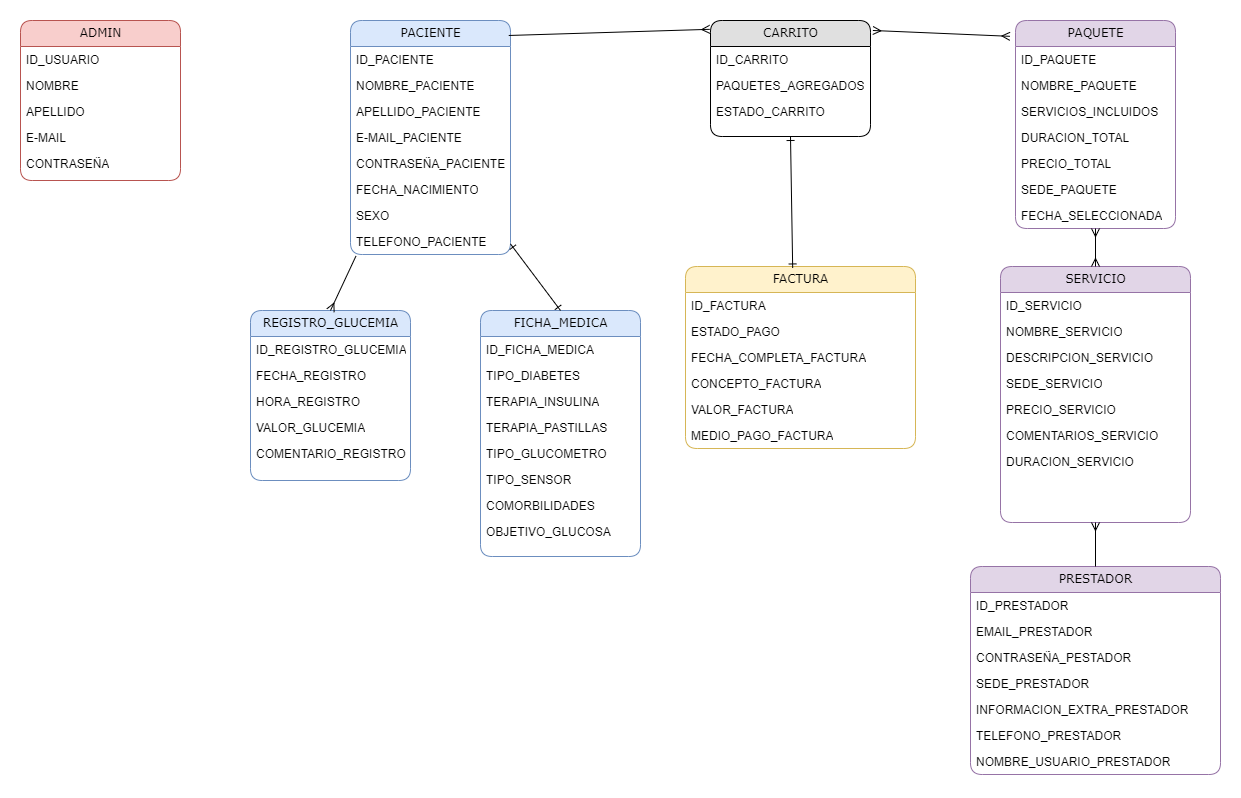
This is Backend/Diag Entidad Relacion V2.0.png from danielasgomez273/a36g36, a draw.io export, as it was before one commit. Source tidied: cells renumbered, new cells last; positions are measured from the earlier drawing's top-left corner, leaving out a move shared by most shapes.
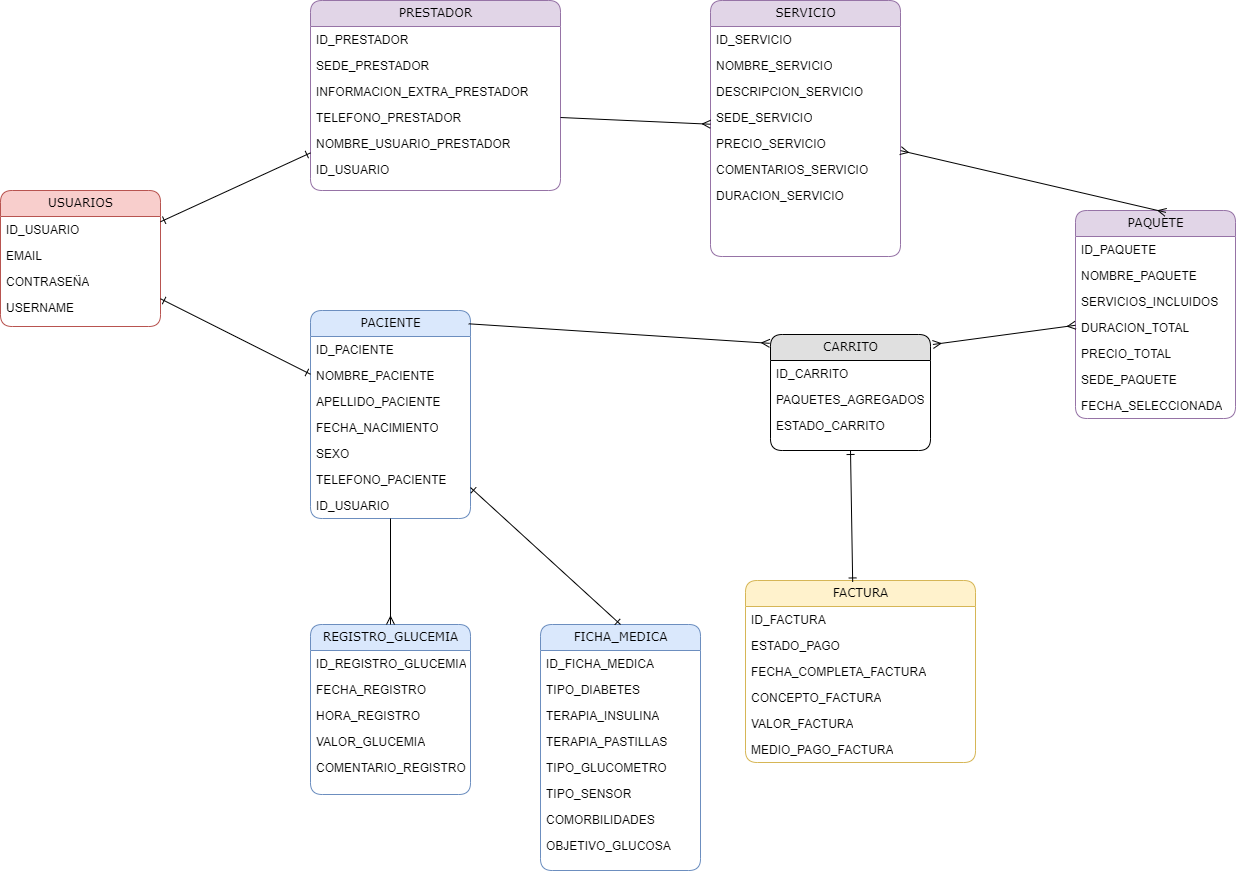
Later version of the same file.

Commit message:
modificacion de diagramas segun la nueva estructura de usuarios

The edit, as a diff of the source:
```diff
@@ -3,7 +3,7 @@
     <mxCell id="0" />
     <mxCell id="1" parent="0" />
     <mxCell id="2" value="PACIENTE" style="swimlane;html=1;fontStyle=0;horizontal=1;startSize=26;fillColor=#dae8fc;swimlaneFillColor=#ffffff;align=center;rounded=1;shadow=0;comic=0;labelBackgroundColor=none;strokeWidth=1;fontFamily=Verdana;fontSize=12;strokeColor=#6c8ebf;" parent="1" vertex="1">
-      <mxGeometry x="330" width="160" height="234" as="geometry" />
+      <mxGeometry x="230" y="-24" width="160" height="208" as="geometry" />
     </mxCell>
     <mxCell id="3" value="ID_PACIENTE" style="text;html=1;strokeColor=none;fillColor=none;spacingLeft=4;spacingRight=4;whiteSpace=wrap;overflow=hidden;" parent="2" vertex="1">
       <mxGeometry y="26" width="160" height="26" as="geometry" />
@@ -14,39 +14,33 @@
     <mxCell id="5" value="APELLIDO_PACIENTE" style="text;html=1;strokeColor=none;fillColor=none;spacingLeft=4;spacingRight=4;whiteSpace=wrap;overflow=hidden;" parent="2" vertex="1">
       <mxGeometry y="78" width="160" height="26" as="geometry" />
     </mxCell>
-    <mxCell id="6" value="E-MAIL_PACIENTE" style="text;html=1;strokeColor=none;fillColor=none;spacingLeft=4;spacingRight=4;whiteSpace=wrap;overflow=hidden;" parent="2" vertex="1">
-      <mxGeometry y="104" width="160" height="26" as="geometry" />
-    </mxCell>
-    <mxCell id="7" value="CONTRASEÑA_PACIENTE" style="text;html=1;strokeColor=none;fillColor=none;spacingLeft=4;spacingRight=4;whiteSpace=wrap;overflow=hidden;" parent="2" vertex="1">
-      <mxGeometry y="130" width="160" height="26" as="geometry" />
-    </mxCell>
     <mxCell id="8" value="FECHA_NACIMIENTO" style="text;html=1;strokeColor=none;fillColor=none;spacingLeft=4;spacingRight=4;whiteSpace=wrap;overflow=hidden;" parent="2" vertex="1">
-      <mxGeometry y="156" width="160" height="26" as="geometry" />
+      <mxGeometry y="104" width="160" height="26" as="geometry" />
     </mxCell>
     <mxCell id="9" value="SEXO" style="text;html=1;strokeColor=none;fillColor=none;spacingLeft=4;spacingRight=4;whiteSpace=wrap;overflow=hidden;" parent="2" vertex="1">
-      <mxGeometry y="182" width="160" height="26" as="geometry" />
+      <mxGeometry y="130" width="160" height="26" as="geometry" />
     </mxCell>
     <mxCell id="10" value="TELEFONO_PACIENTE" style="text;html=1;strokeColor=none;fillColor=none;spacingLeft=4;spacingRight=4;whiteSpace=wrap;overflow=hidden;points=[[0,0.5],[1,0.5]];portConstraint=eastwest;" parent="2" vertex="1">
-      <mxGeometry y="208" width="160" height="26" as="geometry" />
+      <mxGeometry y="156" width="160" height="26" as="geometry" />
     </mxCell>
+    <mxCell id="74" value="ID_USUARIO" style="text;html=1;strokeColor=none;fillColor=none;spacingLeft=4;spacingRight=4;whiteSpace=wrap;overflow=hidden;points=[[0,0.5],[1,0.5]];portConstraint=eastwest;" parent="2" vertex="1">
+      <mxGeometry y="182" width="160" height="26" as="geometry" />
+    </mxCell>
-    <mxCell id="11" value="ADMIN" style="swimlane;html=1;fontStyle=0;horizontal=1;startSize=26;fillColor=#f8cecc;swimlaneFillColor=#ffffff;align=center;rounded=1;shadow=0;comic=0;labelBackgroundColor=none;strokeWidth=1;fontFamily=Verdana;fontSize=12;strokeColor=#b85450;" parent="1" vertex="1">
-      <mxGeometry width="160" height="160" as="geometry" />
+    <mxCell id="11" value="USUARIOS" style="swimlane;html=1;fontStyle=0;horizontal=1;startSize=26;fillColor=#f8cecc;swimlaneFillColor=#ffffff;align=center;rounded=1;shadow=0;comic=0;labelBackgroundColor=none;strokeWidth=1;fontFamily=Verdana;fontSize=12;strokeColor=#b85450;" parent="1" vertex="1">
+      <mxGeometry x="-80" y="-144" width="160" height="136" as="geometry" />
     </mxCell>
     <mxCell id="12" value="ID_USUARIO" style="text;html=1;strokeColor=none;fillColor=none;spacingLeft=4;spacingRight=4;whiteSpace=wrap;overflow=hidden;" parent="11" vertex="1">
       <mxGeometry y="26" width="160" height="26" as="geometry" />
     </mxCell>
-    <mxCell id="13" value="NOMBRE" style="text;html=1;strokeColor=none;fillColor=none;spacingLeft=4;spacingRight=4;whiteSpace=wrap;overflow=hidden;" parent="11" vertex="1">
+    <mxCell id="13" value="EMAIL" style="text;html=1;strokeColor=none;fillColor=none;spacingLeft=4;spacingRight=4;whiteSpace=wrap;overflow=hidden;" parent="11" vertex="1">
       <mxGeometry y="52" width="160" height="26" as="geometry" />
     </mxCell>
-    <mxCell id="14" value="APELLIDO&lt;br&gt;" style="text;html=1;strokeColor=none;fillColor=none;spacingLeft=4;spacingRight=4;whiteSpace=wrap;overflow=hidden;" parent="11" vertex="1">
+    <mxCell id="14" value="CONTRASEÑA" style="text;html=1;strokeColor=none;fillColor=none;spacingLeft=4;spacingRight=4;whiteSpace=wrap;overflow=hidden;" parent="11" vertex="1">
       <mxGeometry y="78" width="160" height="26" as="geometry" />
     </mxCell>
-    <mxCell id="15" value="E-MAIL" style="text;html=1;strokeColor=none;fillColor=none;spacingLeft=4;spacingRight=4;whiteSpace=wrap;overflow=hidden;" parent="11" vertex="1">
+    <mxCell id="15" value="USERNAME" style="text;html=1;strokeColor=none;fillColor=none;spacingLeft=4;spacingRight=4;whiteSpace=wrap;overflow=hidden;" parent="11" vertex="1">
       <mxGeometry y="104" width="160" height="26" as="geometry" />
     </mxCell>
-    <mxCell id="16" value="CONTRASEÑA" style="text;html=1;strokeColor=none;fillColor=none;spacingLeft=4;spacingRight=4;whiteSpace=wrap;overflow=hidden;" parent="11" vertex="1">
-      <mxGeometry y="130" width="160" height="26" as="geometry" />
-    </mxCell>
     <mxCell id="17" value="FICHA_MEDICA" style="swimlane;html=1;fontStyle=0;horizontal=1;startSize=26;fillColor=#dae8fc;swimlaneFillColor=#ffffff;align=center;rounded=1;shadow=0;comic=0;labelBackgroundColor=none;strokeWidth=1;fontFamily=Verdana;fontSize=12;strokeColor=#6c8ebf;" parent="1" vertex="1">
       <mxGeometry x="460" y="290" width="160" height="246" as="geometry" />
     </mxCell>
@@ -105,7 +99,7 @@
       <mxGeometry y="78" width="160" height="26" as="geometry" />
     </mxCell>
     <mxCell id="36" value="SERVICIO" style="swimlane;html=1;fontStyle=0;horizontal=1;startSize=26;fillColor=#e1d5e7;swimlaneFillColor=#ffffff;align=center;rounded=1;shadow=0;comic=0;labelBackgroundColor=none;strokeWidth=1;fontFamily=Verdana;fontSize=12;strokeColor=#9673a6;" parent="1" vertex="1">
-      <mxGeometry x="980" y="246" width="190" height="256" as="geometry" />
+      <mxGeometry x="630" y="-334" width="190" height="256" as="geometry" />
     </mxCell>
     <mxCell id="37" value="ID_SERVICIO" style="text;html=1;strokeColor=none;fillColor=none;spacingLeft=4;spacingRight=4;whiteSpace=wrap;overflow=hidden;" parent="36" vertex="1">
       <mxGeometry y="26" width="190" height="26" as="geometry" />
@@ -129,7 +123,7 @@
       <mxGeometry y="182" width="190" height="26" as="geometry" />
     </mxCell>
     <mxCell id="44" value="PAQUETE" style="swimlane;html=1;fontStyle=0;horizontal=1;startSize=26;fillColor=#e1d5e7;swimlaneFillColor=#ffffff;align=center;rounded=1;shadow=0;comic=0;labelBackgroundColor=none;strokeWidth=1;fontFamily=Verdana;fontSize=12;strokeColor=#9673a6;" parent="1" vertex="1">
-      <mxGeometry x="995" width="160" height="208" as="geometry" />
+      <mxGeometry x="995" y="-124" width="160" height="208" as="geometry" />
     </mxCell>
     <mxCell id="45" value="ID_PAQUETE" style="text;html=1;strokeColor=none;fillColor=none;spacingLeft=4;spacingRight=4;whiteSpace=wrap;overflow=hidden;" parent="44" vertex="1">
       <mxGeometry y="26" width="160" height="26" as="geometry" />
@@ -174,30 +168,27 @@
       <mxGeometry y="156" width="230" height="26" as="geometry" />
     </mxCell>
     <mxCell id="59" value="PRESTADOR" style="swimlane;html=1;fontStyle=0;horizontal=1;startSize=26;fillColor=#e1d5e7;swimlaneFillColor=#ffffff;align=center;rounded=1;shadow=0;comic=0;labelBackgroundColor=none;strokeWidth=1;fontFamily=Verdana;fontSize=12;strokeColor=#9673a6;" parent="1" vertex="1">
-      <mxGeometry x="950" y="546" width="250" height="208" as="geometry" />
+      <mxGeometry x="230" y="-334" width="250" height="190" as="geometry" />
     </mxCell>
     <mxCell id="60" value="ID_PRESTADOR" style="text;html=1;strokeColor=none;fillColor=none;spacingLeft=4;spacingRight=4;whiteSpace=wrap;overflow=hidden;" parent="59" vertex="1">
       <mxGeometry y="26" width="250" height="26" as="geometry" />
     </mxCell>
-    <mxCell id="61" value="EMAIL_PRESTADOR" style="text;html=1;strokeColor=none;fillColor=none;spacingLeft=4;spacingRight=4;whiteSpace=wrap;overflow=hidden;" parent="59" vertex="1">
-      <mxGeometry y="52" width="250" height="26" as="geometry" />
-    </mxCell>
-    <mxCell id="62" value="CONTRASEÑA_PESTADOR" style="text;html=1;strokeColor=none;fillColor=none;spacingLeft=4;spacingRight=4;whiteSpace=wrap;overflow=hidden;" parent="59" vertex="1">
-      <mxGeometry y="78" width="250" height="26" as="geometry" />
-    </mxCell>
     <mxCell id="63" value="SEDE_PRESTADOR" style="text;html=1;strokeColor=none;fillColor=none;spacingLeft=4;spacingRight=4;whiteSpace=wrap;overflow=hidden;" parent="59" vertex="1">
-      <mxGeometry y="104" width="250" height="26" as="geometry" />
+      <mxGeometry y="52" width="250" height="26" as="geometry" />
     </mxCell>
     <mxCell id="64" value="INFORMACION_EXTRA_PRESTADOR" style="text;html=1;strokeColor=none;fillColor=none;spacingLeft=4;spacingRight=4;whiteSpace=wrap;overflow=hidden;" parent="59" vertex="1">
-      <mxGeometry y="130" width="250" height="26" as="geometry" />
+      <mxGeometry y="78" width="250" height="26" as="geometry" />
     </mxCell>
     <mxCell id="65" value="TELEFONO_PRESTADOR" style="text;html=1;strokeColor=none;fillColor=none;spacingLeft=4;spacingRight=4;whiteSpace=wrap;overflow=hidden;points=[[0,0.5],[1,0.5]];portConstraint=eastwest;" parent="59" vertex="1">
-      <mxGeometry y="156" width="250" height="26" as="geometry" />
+      <mxGeometry y="104" width="250" height="26" as="geometry" />
     </mxCell>
     <mxCell id="66" value="NOMBRE_USUARIO_PRESTADOR" style="text;html=1;strokeColor=none;fillColor=none;spacingLeft=4;spacingRight=4;whiteSpace=wrap;overflow=hidden;" parent="59" vertex="1">
-      <mxGeometry y="182" width="250" height="26" as="geometry" />
+      <mxGeometry y="130" width="250" height="26" as="geometry" />
     </mxCell>
+    <mxCell id="75" value="ID_USUARIO" style="text;html=1;strokeColor=none;fillColor=none;spacingLeft=4;spacingRight=4;whiteSpace=wrap;overflow=hidden;" parent="59" vertex="1">
+      <mxGeometry y="156" width="250" height="26" as="geometry" />
+    </mxCell>
-    <mxCell id="67" style="endArrow=none;html=1;rounded=0;entryX=0.034;entryY=1.061;entryDx=0;entryDy=0;exitX=0.5;exitY=0;exitDx=0;exitDy=0;startArrow=ERmany;startFill=0;entryPerimeter=0;" parent="1" edge="1" source="26" target="10">
+    <mxCell id="67" style="endArrow=none;html=1;rounded=0;exitX=0.5;exitY=0;exitDx=0;exitDy=0;startArrow=ERmany;startFill=0;" parent="1" edge="1" source="26" target="74">
       <mxGeometry relative="1" as="geometry" />
     </mxCell>
     <mxCell id="68" style="endArrow=ERone;html=1;rounded=0;exitX=0.5;exitY=0;exitDx=0;exitDy=0;startArrow=ERone;startFill=0;endFill=0;" parent="1" edge="1" source="17" target="2">
@@ -209,14 +200,20 @@
     <mxCell id="70" style="endArrow=ERone;html=1;rounded=0;exitX=0.466;exitY=0.008;exitDx=0;exitDy=0;startArrow=ERone;startFill=0;endFill=0;entryX=0.5;entryY=1;entryDx=0;entryDy=0;exitPerimeter=0;" parent="1" edge="1" source="52" target="32">
       <mxGeometry relative="1" as="geometry" />
     </mxCell>
-    <mxCell id="71" style="endArrow=ERmany;html=1;rounded=0;exitX=-0.035;exitY=0.076;exitDx=0;exitDy=0;startArrow=ERmany;startFill=0;exitPerimeter=0;entryX=1.015;entryY=0.086;entryDx=0;entryDy=0;entryPerimeter=0;endFill=0;" parent="1" edge="1" source="44" target="32">
+    <mxCell id="71" style="endArrow=ERmany;html=1;rounded=0;startArrow=ERmany;startFill=0;entryX=1.015;entryY=0.086;entryDx=0;entryDy=0;entryPerimeter=0;endFill=0;" parent="1" edge="1" source="44" target="32">
       <mxGeometry relative="1" as="geometry" />
     </mxCell>
-    <mxCell id="72" style="endArrow=ERmany;html=1;rounded=0;exitX=0.5;exitY=0;exitDx=0;exitDy=0;startArrow=ERmany;startFill=0;entryX=0.5;entryY=1;entryDx=0;entryDy=0;endFill=0;" parent="1" edge="1" source="36" target="44">
+    <mxCell id="72" style="endArrow=ERmany;html=1;rounded=0;startArrow=ERmany;startFill=0;entryX=0.565;entryY=0.009;entryDx=0;entryDy=0;endFill=0;entryPerimeter=0;" parent="1" edge="1" source="36" target="44">
       <mxGeometry relative="1" as="geometry" />
     </mxCell>
-    <mxCell id="73" style="endArrow=none;html=1;rounded=0;exitX=0.5;exitY=1;exitDx=0;exitDy=0;startArrow=ERmany;startFill=0;entryX=0.5;entryY=0;entryDx=0;entryDy=0;" parent="1" edge="1" source="36" target="59">
+    <mxCell id="73" style="endArrow=none;html=1;rounded=0;startArrow=ERmany;startFill=0;entryX=1;entryY=0.5;entryDx=0;entryDy=0;" parent="1" edge="1" source="36" target="65">
       <mxGeometry relative="1" as="geometry" />
     </mxCell>
+    <mxCell id="76" style="endArrow=ERone;html=1;rounded=0;startArrow=ERone;startFill=0;endFill=0;" parent="1" edge="1" source="2" target="11">
+      <mxGeometry relative="1" as="geometry" />
+    </mxCell>
+    <mxCell id="77" style="endArrow=ERone;html=1;rounded=0;startArrow=ERone;startFill=0;endFill=0;" parent="1" edge="1" source="59" target="11">
+      <mxGeometry relative="1" as="geometry" />
+    </mxCell>
   </root>
 </mxGraphModel>
```
